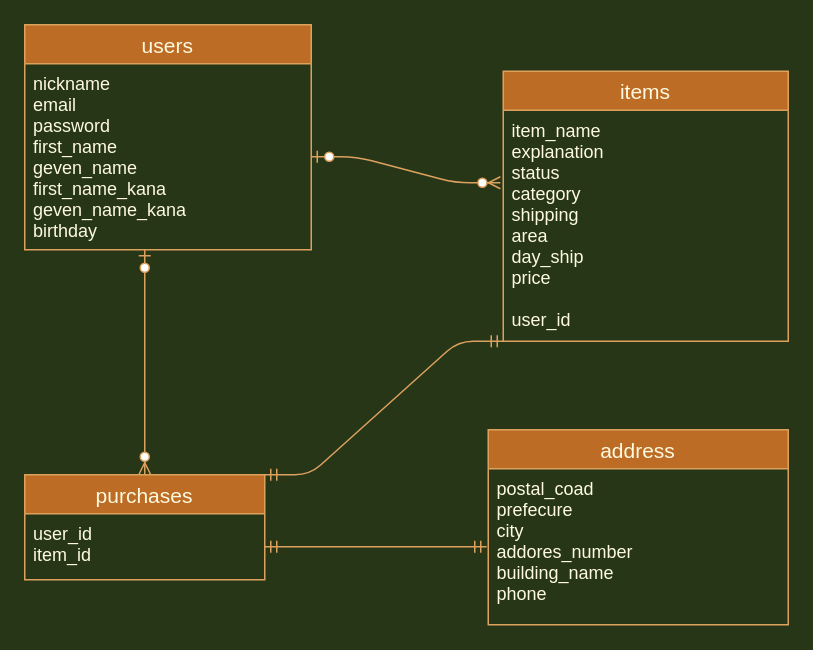
This is furima-32076.dio from 0204ito/furima-32076, a draw.io file, before an edit. Source tidied: cells renumbered, new cells numbered last; positions are measured from the earlier drawing's top-left corner, leaving out a move shared by most shapes. Both pictures are drawn from the tidied source at 150%, with x=0, y=0 at pixel (24, 24).
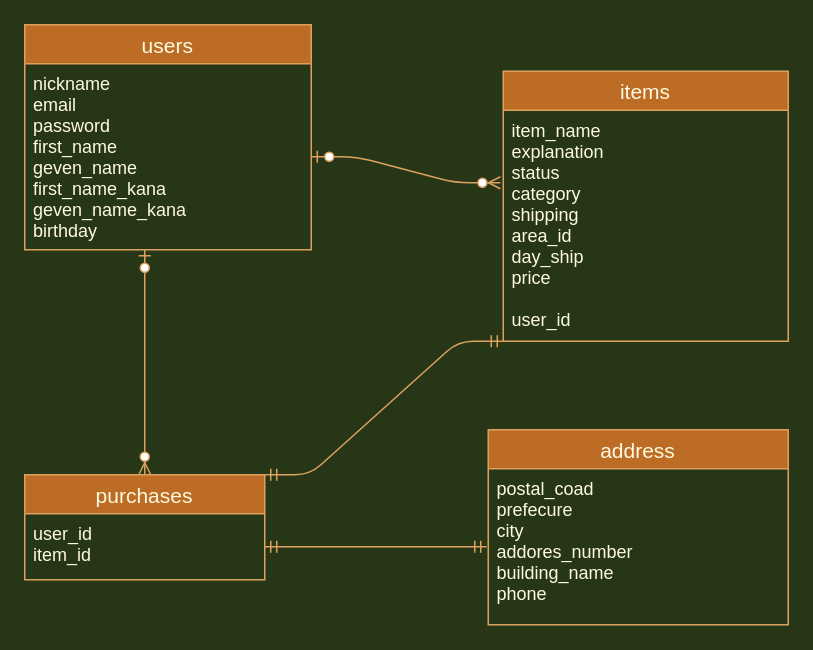
The same diagram, later.

The edit, as a diff of the source:
```diff
@@
 <mxGraphModel background="#283618">
   <root>
     <mxCell id="0" />
     <mxCell id="1" parent="0" />
     <mxCell id="2" value="items" style="swimlane;fontStyle=0;horizontal=1;startSize=26;align=center;fontSize=14;fillColor=#BC6C25;strokeColor=#DDA15E;fontColor=#FEFAE0;" parent="1" vertex="1">
       <mxGeometry x="319" y="31" width="190" height="180" as="geometry" />
     </mxCell>
-    <mxCell id="3" value="item_name&#10;explanation&#10;status&#10;category&#10;shipping&#10;area&#10;day_ship&#10;price&#10;&#10;user_id" style="text;strokeColor=none;fillColor=none;spacingLeft=4;spacingRight=4;overflow=hidden;points=[[0,0.5],[1,0.5]];portConstraint=eastwest;fontSize=12;fontColor=#FEFAE0;" parent="2" vertex="1">
+    <mxCell id="3" value="item_name&#10;explanation&#10;status&#10;category&#10;shipping&#10;area_id&#10;day_ship&#10;price&#10;&#10;user_id" style="text;strokeColor=none;fillColor=none;spacingLeft=4;spacingRight=4;overflow=hidden;points=[[0,0.5],[1,0.5]];portConstraint=eastwest;fontSize=12;fontColor=#FEFAE0;" parent="2" vertex="1">
       <mxGeometry y="26" width="190" height="154" as="geometry" />
     </mxCell>
     <mxCell id="4" style="edgeStyle=none;rounded=0;orthogonalLoop=1;jettySize=auto;html=1;exitX=0;exitY=0.5;exitDx=0;exitDy=0;startArrow=none;startFill=0;fontFamily=Helvetica;strokeColor=#DDA15E;fontColor=#FEFAE0;labelBackgroundColor=#283618;" parent="2" edge="1" source="3" target="3">
       <mxGeometry relative="1" as="geometry" />
     </mxCell>
     <mxCell id="5" value="purchases" style="swimlane;fontStyle=0;horizontal=1;startSize=26;align=center;fontSize=14;fillColor=#BC6C25;strokeColor=#DDA15E;fontColor=#FEFAE0;" parent="1" vertex="1">
       <mxGeometry y="300" width="160" height="70" as="geometry" />
     </mxCell>
     <mxCell id="6" value="user_id&#10;item_id&#10;&#10;&#10;" style="text;strokeColor=none;fillColor=none;spacingLeft=4;spacingRight=4;overflow=hidden;points=[[0,0.5],[1,0.5]];portConstraint=eastwest;fontSize=12;fontColor=#FEFAE0;" parent="5" vertex="1">
       <mxGeometry y="26" width="160" height="44" as="geometry" />
     </mxCell>
     <mxCell id="7" style="edgeStyle=entityRelationEdgeStyle;fontSize=12;html=1;endArrow=ERmandOne;startArrow=ERmandOne;strokeColor=#DDA15E;fillColor=#BC6C25;exitX=1;exitY=0;exitDx=0;exitDy=0;fontColor=#FEFAE0;labelBackgroundColor=#283618;" parent="1" edge="1" source="5">
       <mxGeometry relative="1" as="geometry">
         <mxPoint x="319" y="211" as="targetPoint" />
       </mxGeometry>
     </mxCell>
     <mxCell id="8" style="fontSize=12;html=1;endArrow=ERmandOne;startArrow=ERmandOne;strokeColor=#DDA15E;fillColor=#BC6C25;exitX=1;exitY=0.5;exitDx=0;exitDy=0;fontColor=#FEFAE0;labelBackgroundColor=#283618;" parent="1" edge="1" source="6">
       <mxGeometry relative="1" as="geometry">
         <mxPoint x="308" y="348" as="targetPoint" />
         <Array as="points">
           <mxPoint x="289" y="348" />
         </Array>
       </mxGeometry>
     </mxCell>
     <mxCell id="9" style="edgeStyle=entityRelationEdgeStyle;fontSize=12;html=1;endArrow=ERzeroToMany;startArrow=ERzeroToOne;strokeColor=#DDA15E;fillColor=#BC6C25;exitX=1;exitY=0.5;exitDx=0;exitDy=0;entryX=-0.01;entryY=0.314;entryDx=0;entryDy=0;entryPerimeter=0;fontColor=#FEFAE0;labelBackgroundColor=#283618;" parent="1" edge="1" source="12" target="3">
       <mxGeometry relative="1" as="geometry" />
     </mxCell>
     <mxCell id="10" style="fontSize=12;html=1;endArrow=ERzeroToMany;startArrow=ERzeroToOne;strokeColor=#DDA15E;fillColor=#BC6C25;entryX=0.5;entryY=0;entryDx=0;entryDy=0;fontColor=#FEFAE0;labelBackgroundColor=#283618;" parent="1" edge="1" target="5">
       <mxGeometry relative="1" as="geometry">
         <mxPoint x="80" y="150" as="sourcePoint" />
       </mxGeometry>
     </mxCell>
     <mxCell id="11" value="users" style="swimlane;fontStyle=0;horizontal=1;startSize=26;align=center;fontSize=14;fillColor=#BC6C25;strokeColor=#DDA15E;fontColor=#FEFAE0;" parent="1" vertex="1">
       <mxGeometry width="191" height="150" as="geometry" />
     </mxCell>
     <mxCell id="12" value="nickname&#10;email&#10;password&#10;first_name&#10;geven_name&#10;first_name_kana&#10;geven_name_kana&#10;birthday" style="text;strokeColor=none;fillColor=none;spacingLeft=4;spacingRight=4;overflow=hidden;points=[[0,0.5],[1,0.5]];portConstraint=eastwest;fontSize=12;fontFamily=Helvetica;fontColor=#FEFAE0;" parent="11" vertex="1">
       <mxGeometry y="26" width="191" height="124" as="geometry" />
     </mxCell>
     <mxCell id="13" value="address" style="swimlane;fontStyle=0;horizontal=1;startSize=26;align=center;fontSize=14;fillColor=#BC6C25;strokeColor=#DDA15E;fontColor=#FEFAE0;" parent="1" vertex="1">
       <mxGeometry x="309" y="270" width="200" height="130" as="geometry" />
     </mxCell>
     <mxCell id="14" value="postal_coad&#10;prefecure&#10;city&#10;addores_number&#10;building_name&#10;phone&#10;" style="text;strokeColor=none;fillColor=none;spacingLeft=4;spacingRight=4;overflow=hidden;fontSize=12;fontColor=#FEFAE0;" parent="13" vertex="1">
       <mxGeometry y="26" width="200" height="104" as="geometry" />
     </mxCell>
   </root>
 </mxGraphModel>
```
